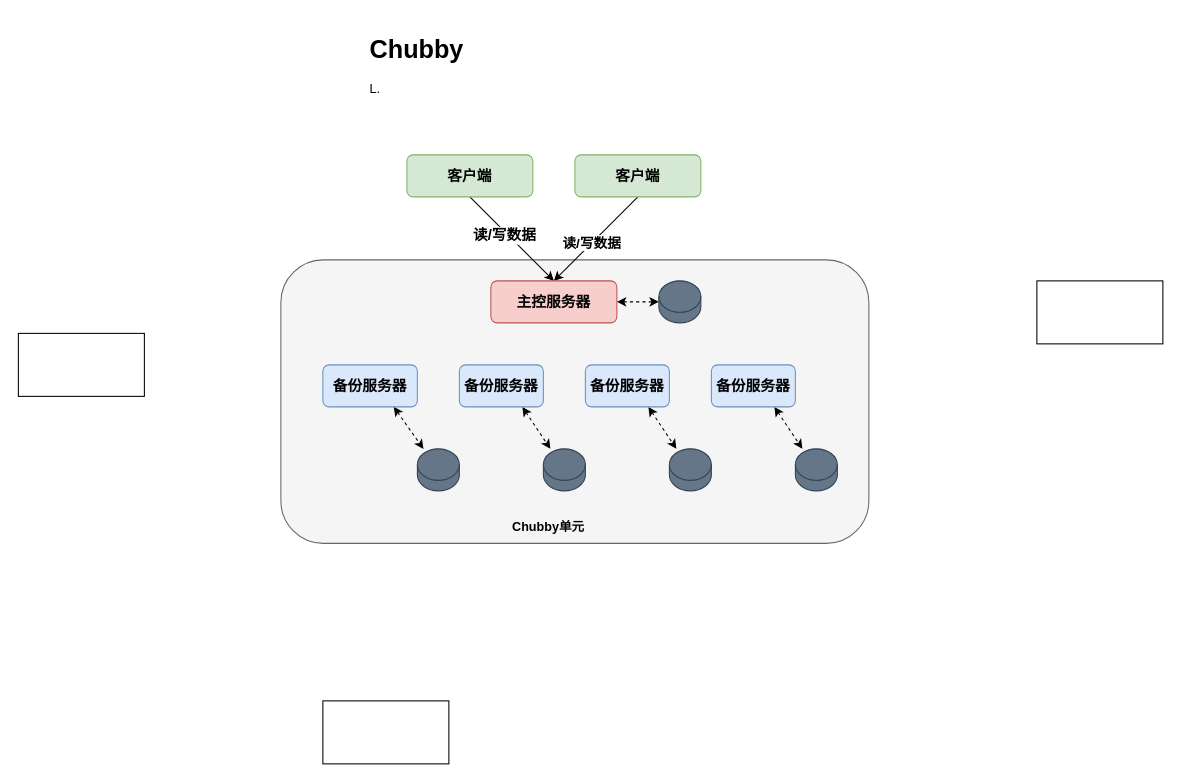
Before: page "分布式协调系统" (4 of 4) of Draw.io/BigDataArchAlgorithm.drawio in DepInjoy/geektime, a draw.io diagram. Source tidied: cells renumbered, new cells numbered last; positions are measured from the earlier drawing's top-left corner, leaving out a move shared by most shapes. Both pictures are drawn from the tidied source at 105%, with x=0, y=0 at pixel (18, 28).
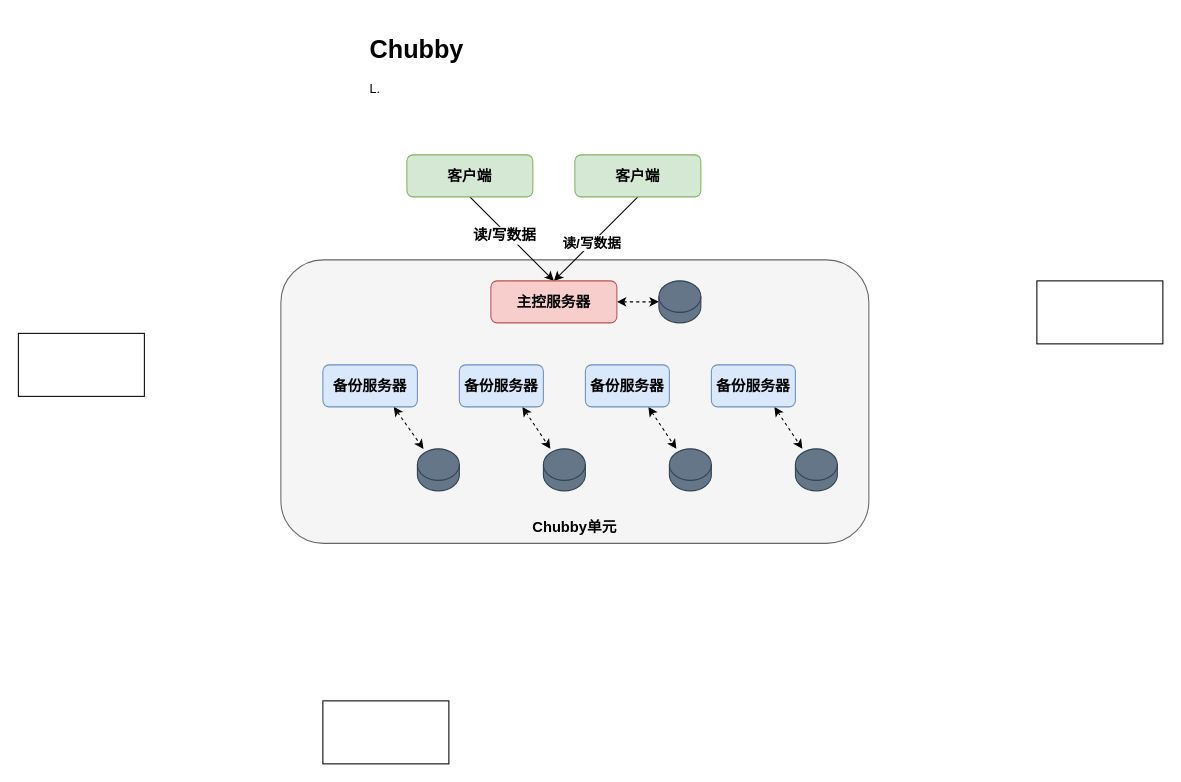
The same page after the edit.

Diff of the diagram source:
```diff
@@
-    <mxCell id="28" value="&lt;b&gt;Chubby单元&lt;/b&gt;" style="text;html=1;strokeColor=none;fillColor=none;align=center;verticalAlign=middle;whiteSpace=wrap;rounded=0;" parent="1" vertex="1">
-      <mxGeometry x="450" y="460" width="110" height="30" as="geometry" />
+    <mxCell id="28" value="&lt;b&gt;&lt;font style=&quot;font-size: 14px;&quot;&gt;Chubby单元&lt;/font&gt;&lt;/b&gt;" style="text;html=1;strokeColor=none;fillColor=none;align=center;verticalAlign=middle;whiteSpace=wrap;rounded=0;" parent="1" vertex="1">
+      <mxGeometry x="475" y="460" width="110" height="30" as="geometry" />
     </mxCell>
```
